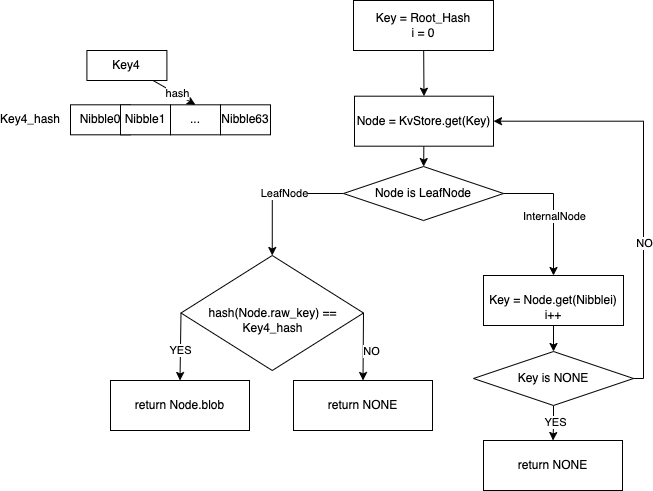
Above: static/img/smt/search.png in starcoinorg/starcoin-cookbook (draw.io), before the change. Source tidied: cells renumbered, new cells last; positions are measured from the earlier drawing's top-left corner, leaving out a move shared by most shapes. The source it was exported from:
```xml
<mxGraphModel>
  <root>
    <mxCell id="0" />
    <mxCell id="1" parent="0" />
    <mxCell id="2" value="Nibble0" style="rounded=0;whiteSpace=wrap;html=1;" parent="1" vertex="1">
      <mxGeometry x="70" y="104.3" width="60" height="30" as="geometry" />
    </mxCell>
    <mxCell id="3" value="Nibble1" style="rounded=0;whiteSpace=wrap;html=1;" parent="1" vertex="1">
      <mxGeometry x="120" y="104.3" width="50" height="30" as="geometry" />
    </mxCell>
    <mxCell id="4" value="..." style="rounded=0;whiteSpace=wrap;html=1;" parent="1" vertex="1">
      <mxGeometry x="170" y="104.3" width="50" height="30" as="geometry" />
    </mxCell>
    <mxCell id="5" value="Nibble63" style="rounded=0;whiteSpace=wrap;html=1;" parent="1" vertex="1">
      <mxGeometry x="220" y="104.3" width="50" height="30" as="geometry" />
    </mxCell>
    <mxCell id="6" style="edgeStyle=none;rounded=0;jettySize=auto;html=1;entryX=0.5;entryY=0;entryDx=0;entryDy=0;" parent="1" edge="1" source="8" target="4">
      <mxGeometry relative="1" as="geometry" />
    </mxCell>
    <mxCell id="7" value="hash" style="edgeLabel;html=1;align=center;verticalAlign=middle;" parent="6" vertex="1">
      <mxGeometry x="0.1" y="1" relative="1" as="geometry" />
    </mxCell>
    <mxCell id="8" value="Key4" style="rounded=0;whiteSpace=wrap;html=1;" parent="1" vertex="1">
      <mxGeometry x="86.4" y="50" width="80" height="30" as="geometry" />
    </mxCell>
    <mxCell id="9" value="Key4_hash" style="text;html=1;strokeColor=none;fillColor=none;align=center;verticalAlign=middle;whiteSpace=wrap;rounded=0;" parent="1" vertex="1">
      <mxGeometry y="104.3" width="60" height="30" as="geometry" />
    </mxCell>
    <mxCell id="10" style="edgeStyle=none;rounded=0;jettySize=auto;html=1;entryX=0.5;entryY=0;entryDx=0;entryDy=0;" parent="1" edge="1" source="11" target="13">
      <mxGeometry relative="1" as="geometry" />
    </mxCell>
    <mxCell id="11" value="Key = Root_Hash&lt;br&gt;i = 0" style="rounded=0;whiteSpace=wrap;html=1;" parent="1" vertex="1">
      <mxGeometry x="353" width="140" height="50" as="geometry" />
    </mxCell>
    <mxCell id="12" style="edgeStyle=none;rounded=0;jettySize=auto;html=1;" parent="1" edge="1" source="13" target="16">
      <mxGeometry relative="1" as="geometry" />
    </mxCell>
    <mxCell id="13" value="Node = KvStore.get(Key)" style="rounded=0;whiteSpace=wrap;html=1;" parent="1" vertex="1">
      <mxGeometry x="354" y="95.7" width="139" height="50" as="geometry" />
    </mxCell>
    <mxCell id="14" style="edgeStyle=orthogonalEdgeStyle;rounded=0;jettySize=auto;html=1;exitX=0;exitY=0.5;exitDx=0;exitDy=0;entryX=0.5;entryY=0;entryDx=0;entryDy=0;" parent="1" edge="1" source="16" target="18">
      <mxGeometry relative="1" as="geometry" />
    </mxCell>
    <mxCell id="15" value="LeafNode" style="edgeLabel;html=1;align=center;verticalAlign=middle;" parent="14" vertex="1">
      <mxGeometry x="-0.1" y="-1" relative="1" as="geometry" />
    </mxCell>
    <mxCell id="16" value="Node is LeafNode" style="rhombus;whiteSpace=wrap;html=1;" parent="1" vertex="1">
      <mxGeometry x="343" y="166" width="160" height="54" as="geometry" />
    </mxCell>
    <mxCell id="17" style="edgeStyle=none;rounded=0;orthogonalLoop=1;jettySize=auto;html=1;exitX=0.5;exitY=0;exitDx=0;exitDy=0;" parent="1" edge="1" source="13" target="13">
      <mxGeometry relative="1" as="geometry" />
    </mxCell>
    <mxCell id="18" value="&lt;br&gt;hash(Node.raw_key) == Key4_hash" style="rhombus;whiteSpace=wrap;html=1;" parent="1" vertex="1">
      <mxGeometry x="180.5" y="255" width="182.5" height="115" as="geometry" />
    </mxCell>
    <mxCell id="19" value="return Node.blob" style="rounded=0;whiteSpace=wrap;html=1;" parent="1" vertex="1">
      <mxGeometry x="110" y="380" width="139" height="50" as="geometry" />
    </mxCell>
    <mxCell id="20" value="return NONE" style="rounded=0;whiteSpace=wrap;html=1;" parent="1" vertex="1">
      <mxGeometry x="293" y="380" width="139" height="50" as="geometry" />
    </mxCell>
    <mxCell id="21" style="endArrow=classic;html=1;rounded=0;entryX=0.5;entryY=0;entryDx=0;entryDy=0;exitX=0;exitY=0.5;exitDx=0;exitDy=0;" parent="1" edge="1" source="18" target="19">
      <mxGeometry relative="1" as="geometry" />
    </mxCell>
    <mxCell id="22" value="YES" style="edgeLabel;html=1;align=center;verticalAlign=middle;" parent="21" vertex="1">
      <mxGeometry x="0.09" relative="1" as="geometry" />
    </mxCell>
    <mxCell id="23" style="endArrow=classic;html=1;rounded=0;entryX=0.5;entryY=0;entryDx=0;entryDy=0;exitX=1;exitY=0.5;exitDx=0;exitDy=0;" parent="1" edge="1" source="18" target="20">
      <mxGeometry relative="1" as="geometry" />
    </mxCell>
    <mxCell id="24" value="NO" style="edgeLabel;html=1;align=center;verticalAlign=middle;" parent="23" vertex="1">
      <mxGeometry x="-0.06" y="1" relative="1" as="geometry">
        <mxPoint x="7" y="6" as="offset" />
      </mxGeometry>
    </mxCell>
    <mxCell id="25" style="edgeStyle=orthogonalEdgeStyle;rounded=0;jettySize=auto;html=1;" parent="1" edge="1" source="26" target="31">
      <mxGeometry relative="1" as="geometry" />
    </mxCell>
    <mxCell id="26" value="&lt;br&gt;Key = Node.get(Nibblei)&lt;br&gt;i++" style="rounded=0;whiteSpace=wrap;html=1;" parent="1" vertex="1">
      <mxGeometry x="483" y="275" width="140" height="50" as="geometry" />
    </mxCell>
    <mxCell id="27" style="endArrow=classic;html=1;rounded=0;exitX=1;exitY=0.5;exitDx=0;exitDy=0;edgeStyle=orthogonalEdgeStyle;entryX=0.5;entryY=0;entryDx=0;entryDy=0;" parent="1" edge="1" source="16" target="26">
      <mxGeometry relative="1" as="geometry" />
    </mxCell>
    <mxCell id="28" value="InternalNode" style="edgeLabel;html=1;align=center;verticalAlign=middle;" parent="27" vertex="1">
      <mxGeometry x="0.09" relative="1" as="geometry" />
    </mxCell>
    <mxCell id="29" style="edgeStyle=orthogonalEdgeStyle;rounded=0;jettySize=auto;html=1;" parent="1" edge="1" source="31" target="32">
      <mxGeometry relative="1" as="geometry" />
    </mxCell>
    <mxCell id="30" value="YES" style="edgeLabel;html=1;align=center;verticalAlign=middle;" parent="29" vertex="1">
      <mxGeometry x="-0.1" y="1" relative="1" as="geometry" />
    </mxCell>
    <mxCell id="31" value="Key is NONE" style="rhombus;whiteSpace=wrap;html=1;" parent="1" vertex="1">
      <mxGeometry x="473" y="351" width="160" height="54" as="geometry" />
    </mxCell>
    <mxCell id="32" value="return NONE" style="rounded=0;whiteSpace=wrap;html=1;" parent="1" vertex="1">
      <mxGeometry x="483" y="440" width="139" height="50" as="geometry" />
    </mxCell>
    <mxCell id="33" style="endArrow=classic;html=1;rounded=0;exitX=1;exitY=0.5;exitDx=0;exitDy=0;entryX=1;entryY=0.5;entryDx=0;entryDy=0;edgeStyle=orthogonalEdgeStyle;" parent="1" edge="1" source="31" target="13">
      <mxGeometry relative="1" as="geometry" />
    </mxCell>
    <mxCell id="34" value="NO" style="edgeLabel;html=1;align=center;verticalAlign=middle;" parent="33" vertex="1">
      <mxGeometry x="-0.3" relative="1" as="geometry" />
    </mxCell>
  </root>
</mxGraphModel>
```
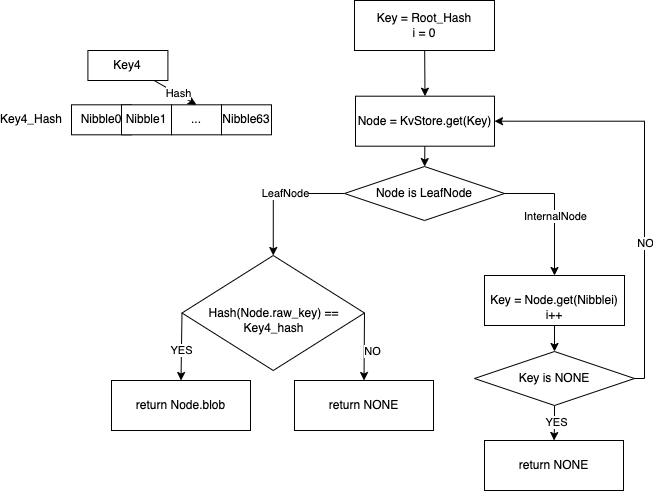
The same diagram one commit later.

What changed in the source:
```diff
@@ -17,13 +17,13 @@
     <mxCell id="6" style="edgeStyle=none;rounded=0;jettySize=auto;html=1;entryX=0.5;entryY=0;entryDx=0;entryDy=0;" parent="1" edge="1" source="8" target="4">
       <mxGeometry relative="1" as="geometry" />
     </mxCell>
-    <mxCell id="7" value="hash" style="edgeLabel;html=1;align=center;verticalAlign=middle;" parent="6" vertex="1">
+    <mxCell id="7" value="Hash" style="edgeLabel;html=1;align=center;verticalAlign=middle;" parent="6" vertex="1">
       <mxGeometry x="0.1" y="1" relative="1" as="geometry" />
     </mxCell>
     <mxCell id="8" value="Key4" style="rounded=0;whiteSpace=wrap;html=1;" parent="1" vertex="1">
       <mxGeometry x="86.4" y="50" width="80" height="30" as="geometry" />
     </mxCell>
-    <mxCell id="9" value="Key4_hash" style="text;html=1;strokeColor=none;fillColor=none;align=center;verticalAlign=middle;whiteSpace=wrap;rounded=0;" parent="1" vertex="1">
+    <mxCell id="9" value="Key4_Hash" style="text;html=1;strokeColor=none;fillColor=none;align=center;verticalAlign=middle;whiteSpace=wrap;rounded=0;" parent="1" vertex="1">
       <mxGeometry y="104.3" width="60" height="30" as="geometry" />
     </mxCell>
     <mxCell id="10" style="edgeStyle=none;rounded=0;jettySize=auto;html=1;entryX=0.5;entryY=0;entryDx=0;entryDy=0;" parent="1" edge="1" source="11" target="13">
@@ -50,7 +50,7 @@
     <mxCell id="17" style="edgeStyle=none;rounded=0;orthogonalLoop=1;jettySize=auto;html=1;exitX=0.5;exitY=0;exitDx=0;exitDy=0;" parent="1" edge="1" source="13" target="13">
       <mxGeometry relative="1" as="geometry" />
     </mxCell>
-    <mxCell id="18" value="&lt;br&gt;hash(Node.raw_key) == Key4_hash" style="rhombus;whiteSpace=wrap;html=1;" parent="1" vertex="1">
+    <mxCell id="18" value="&lt;br&gt;Hash(Node.raw_key) == Key4_hash" style="rhombus;whiteSpace=wrap;html=1;" parent="1" vertex="1">
       <mxGeometry x="180.5" y="255" width="182.5" height="115" as="geometry" />
     </mxCell>
     <mxCell id="19" value="return Node.blob" style="rounded=0;whiteSpace=wrap;html=1;" parent="1" vertex="1">
```
